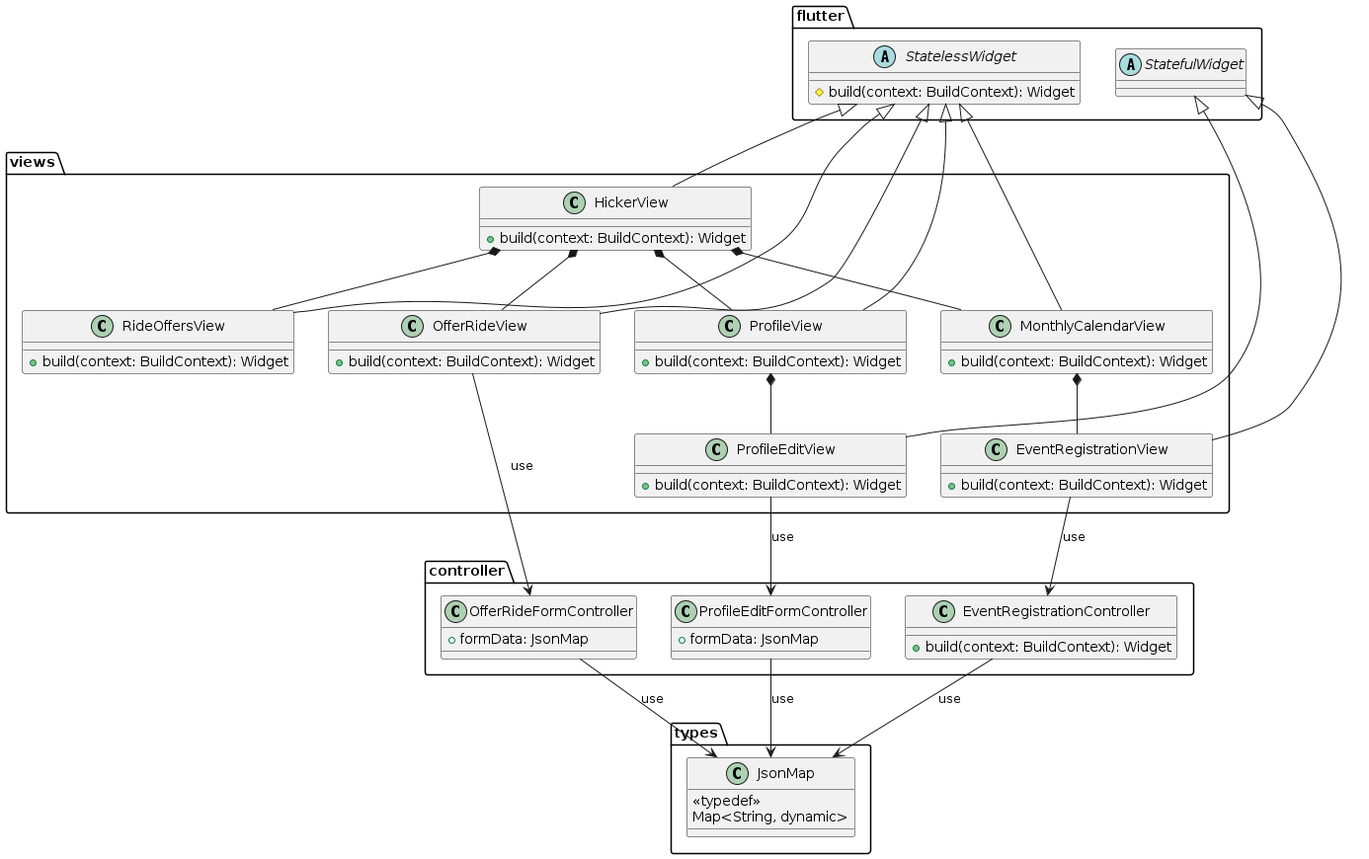
Earlier version of the PlantUML export docs/diagrams/out/class_diagrams/pe_na_pedra_class_diagram_7.png (tiagors09/pe_na_pedra).
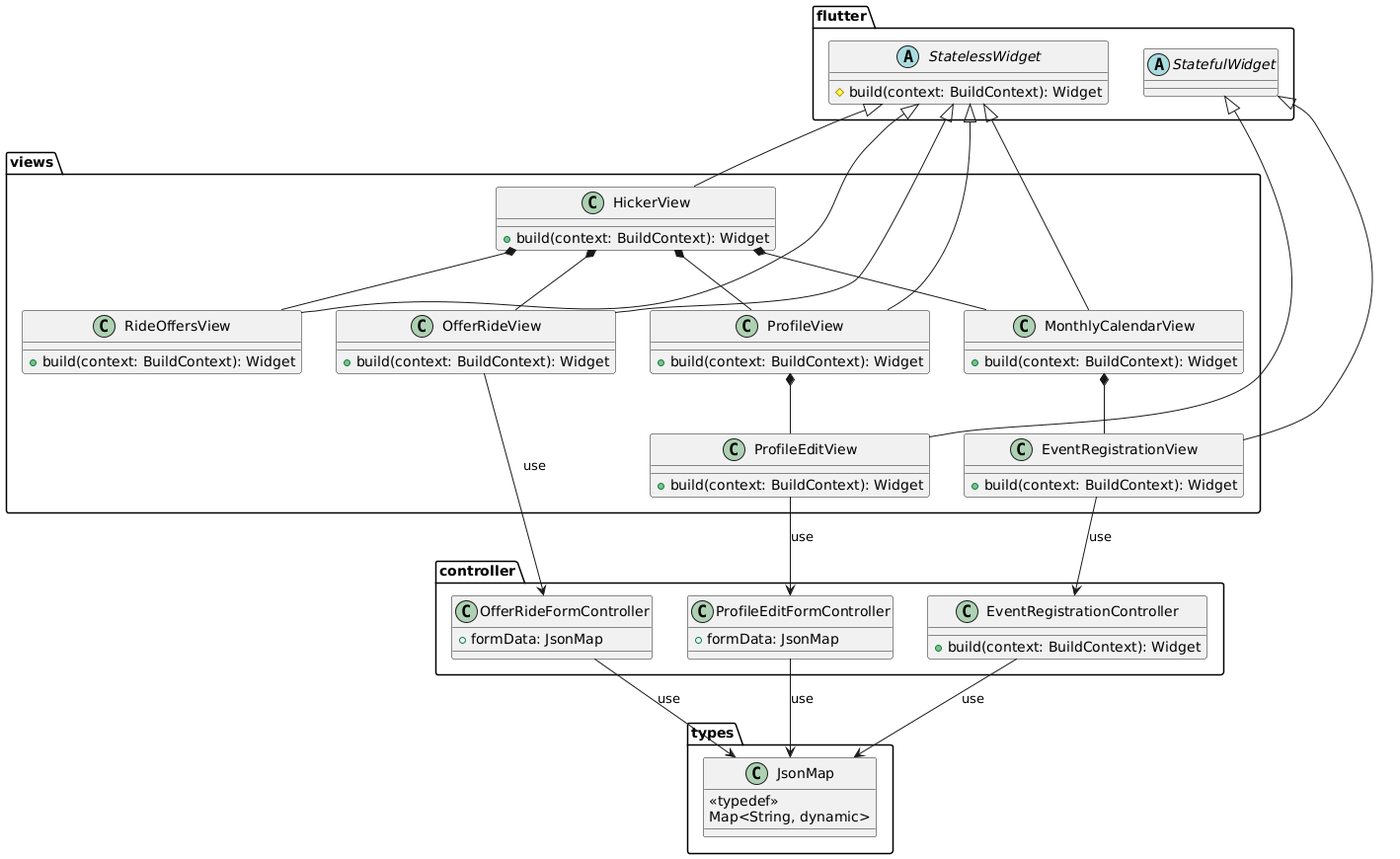
The same diagram one commit later.

Diff of the diagram source:
```diff
@@ -1,4 +1,4 @@
-@startuml pe_na_pedra_class_diagram_7
+@startuml
 package types {
   class JsonMap {
     <<typedef>>
```
